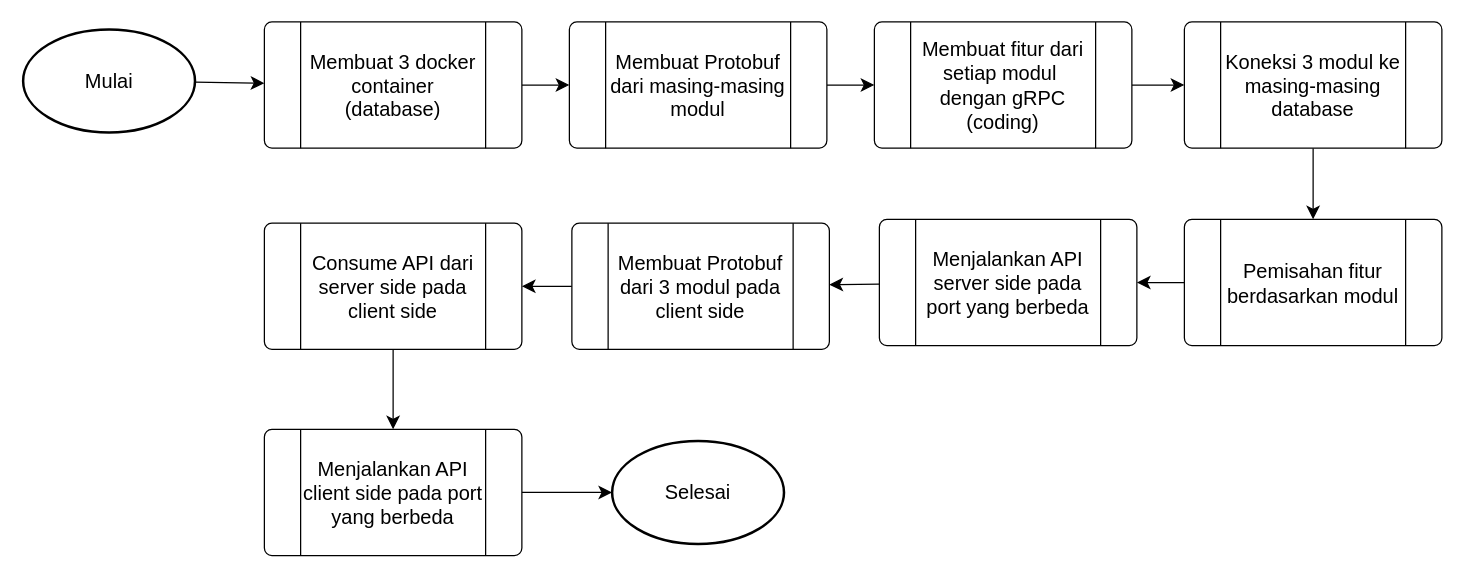
Before: page "Page-3" (3 of 3) of problem_1/Untitled Diagram.drawio in Yoga3911/alterra_section_15, a draw.io diagram. Source tidied: cells renumbered, new cells numbered last; positions are measured from the earlier drawing's top-left corner, leaving out a move shared by most shapes. Both pictures are drawn from the tidied source at 125%, with x=0, y=0 at pixel (22, 21).
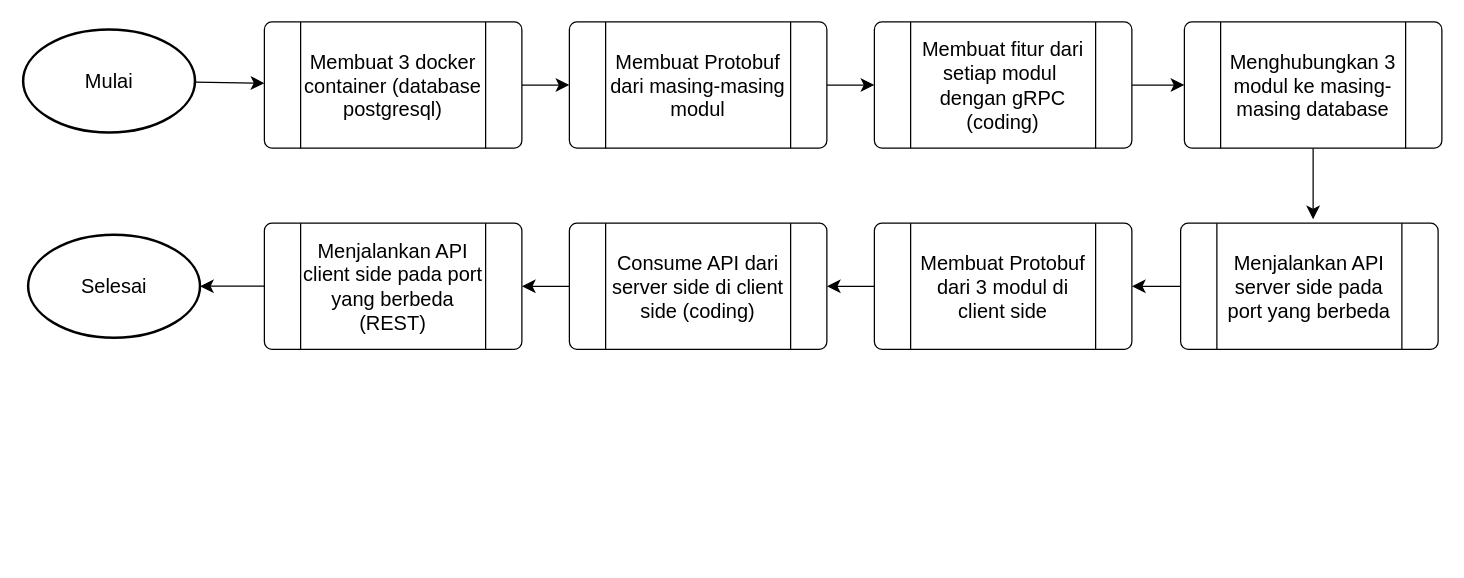
The same diagram, later.

The edit, as a diff of the source:
```diff
@@
-    <mxCell id="3" value="Membuat 3 docker container (database)" style="verticalLabelPosition=middle;verticalAlign=middle;html=1;shape=process;whiteSpace=wrap;rounded=1;size=0.14;arcSize=6;fontSize=16;horizontal=1;labelPosition=center;align=center;" parent="1" vertex="1">
+    <mxCell id="3" value="Membuat 3 docker container (database postgresql)" style="verticalLabelPosition=middle;verticalAlign=middle;html=1;shape=process;whiteSpace=wrap;rounded=1;size=0.14;arcSize=6;fontSize=16;horizontal=1;labelPosition=center;align=center;" parent="1" vertex="1">
       <mxGeometry x="193" width="206" height="101" as="geometry" />
     </mxCell>
@@
-    <mxCell id="8" style="edgeStyle=none;curved=1;rounded=0;jettySize=auto;html=1;fontSize=12;startSize=8;endSize=8;" parent="1" edge="1" source="9" target="20">
-      <mxGeometry relative="1" as="geometry" />
-    </mxCell>
-    <mxCell id="9" value="Pemisahan fitur berdasarkan modul" style="verticalLabelPosition=middle;verticalAlign=middle;html=1;shape=process;whiteSpace=wrap;rounded=1;size=0.14;arcSize=6;fontSize=16;horizontal=1;labelPosition=center;align=center;" parent="1" vertex="1">
-      <mxGeometry x="929" y="158" width="206" height="101" as="geometry" />
-    </mxCell>
@@
-    <mxCell id="11" value="Consume API dari server side pada client side" style="verticalLabelPosition=middle;verticalAlign=middle;html=1;shape=process;whiteSpace=wrap;rounded=1;size=0.14;arcSize=6;fontSize=16;horizontal=1;labelPosition=center;align=center;" parent="1" vertex="1">
-      <mxGeometry x="193" y="161" width="206" height="101" as="geometry" />
+    <mxCell id="11" value="Consume API dari server side di client side (coding)" style="verticalLabelPosition=middle;verticalAlign=middle;html=1;shape=process;whiteSpace=wrap;rounded=1;size=0.14;arcSize=6;fontSize=16;horizontal=1;labelPosition=center;align=center;" parent="1" vertex="1">
+      <mxGeometry x="437" y="161" width="206" height="101" as="geometry" />
     </mxCell>
@@
-    <mxCell id="13" value="Menjalankan API client side pada port yang berbeda" style="verticalLabelPosition=middle;verticalAlign=middle;html=1;shape=process;whiteSpace=wrap;rounded=1;size=0.14;arcSize=6;fontSize=16;horizontal=1;labelPosition=center;align=center;" parent="1" vertex="1">
-      <mxGeometry x="193" y="326" width="206" height="101" as="geometry" />
+    <mxCell id="13" value="Menjalankan API client side pada port yang berbeda (REST)" style="verticalLabelPosition=middle;verticalAlign=middle;html=1;shape=process;whiteSpace=wrap;rounded=1;size=0.14;arcSize=6;fontSize=16;horizontal=1;labelPosition=center;align=center;" parent="1" vertex="1">
+      <mxGeometry x="193" y="161" width="206" height="101" as="geometry" />
     </mxCell>
     <mxCell id="14" value="Selesai" style="strokeWidth=2;html=1;shape=mxgraph.flowchart.start_1;whiteSpace=wrap;fontSize=16;" parent="1" vertex="1">
-      <mxGeometry x="471.2" y="335.2" width="137.5" height="82.5" as="geometry" />
+      <mxGeometry x="4" y="170.2" width="137.5" height="82.5" as="geometry" />
     </mxCell>
@@
-    <mxCell id="17" style="edgeStyle=none;curved=1;rounded=0;jettySize=auto;html=1;fontSize=12;startSize=8;endSize=8;" parent="1" edge="1" source="18" target="9">
-      <mxGeometry relative="1" as="geometry" />
+    <mxCell id="17" style="edgeStyle=none;curved=1;rounded=0;jettySize=auto;html=1;fontSize=12;startSize=8;endSize=8;" parent="1" edge="1" source="18">
+      <mxGeometry relative="1" as="geometry">
+        <mxPoint x="1032" y="158" as="targetPoint" />
+      </mxGeometry>
     </mxCell>
-    <mxCell id="18" value="Koneksi 3 modul ke masing-masing database" style="verticalLabelPosition=middle;verticalAlign=middle;html=1;shape=process;whiteSpace=wrap;rounded=1;size=0.14;arcSize=6;fontSize=16;horizontal=1;labelPosition=center;align=center;" parent="1" vertex="1">
+    <mxCell id="18" value="Menghubungkan 3 modul ke masing-masing database" style="verticalLabelPosition=middle;verticalAlign=middle;html=1;shape=process;whiteSpace=wrap;rounded=1;size=0.14;arcSize=6;fontSize=16;horizontal=1;labelPosition=center;align=center;" parent="1" vertex="1">
       <mxGeometry x="929" width="206" height="101" as="geometry" />
     </mxCell>
@@
     <mxCell id="20" value="Menjalankan API server side pada port yang berbeda" style="verticalLabelPosition=middle;verticalAlign=middle;html=1;shape=process;whiteSpace=wrap;rounded=1;size=0.14;arcSize=6;fontSize=16;horizontal=1;labelPosition=center;align=center;" parent="1" vertex="1">
-      <mxGeometry x="685" y="158" width="206" height="101" as="geometry" />
+      <mxGeometry x="926" y="161" width="206" height="101" as="geometry" />
     </mxCell>
@@
-    <mxCell id="22" value="Membuat Protobuf dari 3 modul pada client side" style="verticalLabelPosition=middle;verticalAlign=middle;html=1;shape=process;whiteSpace=wrap;rounded=1;size=0.14;arcSize=6;fontSize=16;horizontal=1;labelPosition=center;align=center;" parent="1" vertex="1">
-      <mxGeometry x="439" y="161" width="206" height="101" as="geometry" />
+    <mxCell id="22" value="Membuat Protobuf dari 3 modul di client side" style="verticalLabelPosition=middle;verticalAlign=middle;html=1;shape=process;whiteSpace=wrap;rounded=1;size=0.14;arcSize=6;fontSize=16;horizontal=1;labelPosition=center;align=center;" parent="1" vertex="1">
+      <mxGeometry x="681" y="161" width="206" height="101" as="geometry" />
     </mxCell>
```
